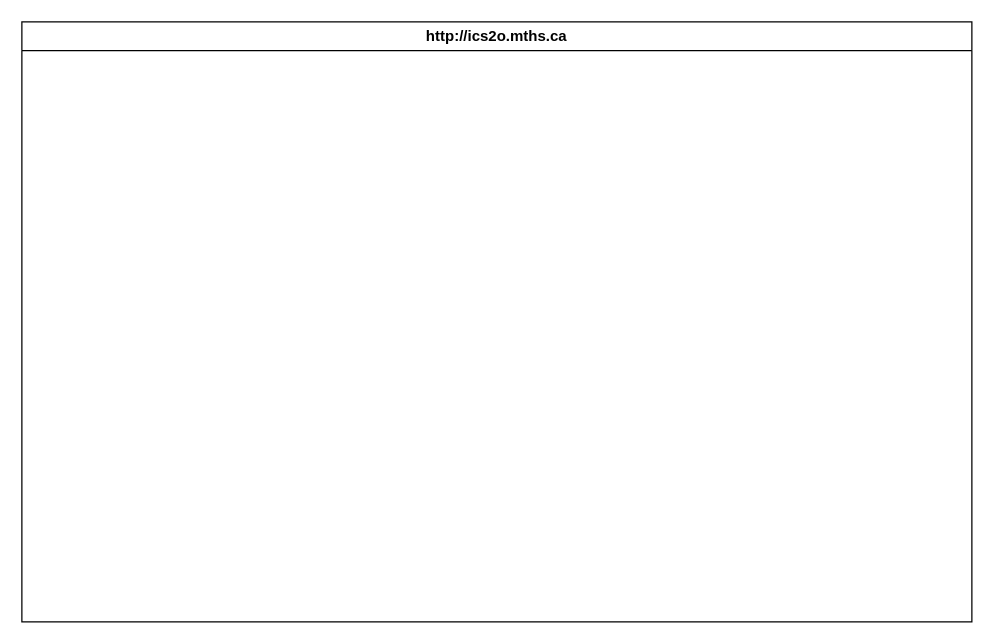
MTHS-ICD2O-1-2024/ICD2O-Final-Project-lynn.lukose keeps this draw.io diagram as design/storyboard.drawio. Above is the earlier version. Source tidied: cells renumbered, new cells numbered last; positions are measured from the earlier drawing's top-left corner, leaving out a move shared by most shapes. Both pictures are drawn from the tidied source at 125%, with x=0, y=0 at pixel (21, 21).
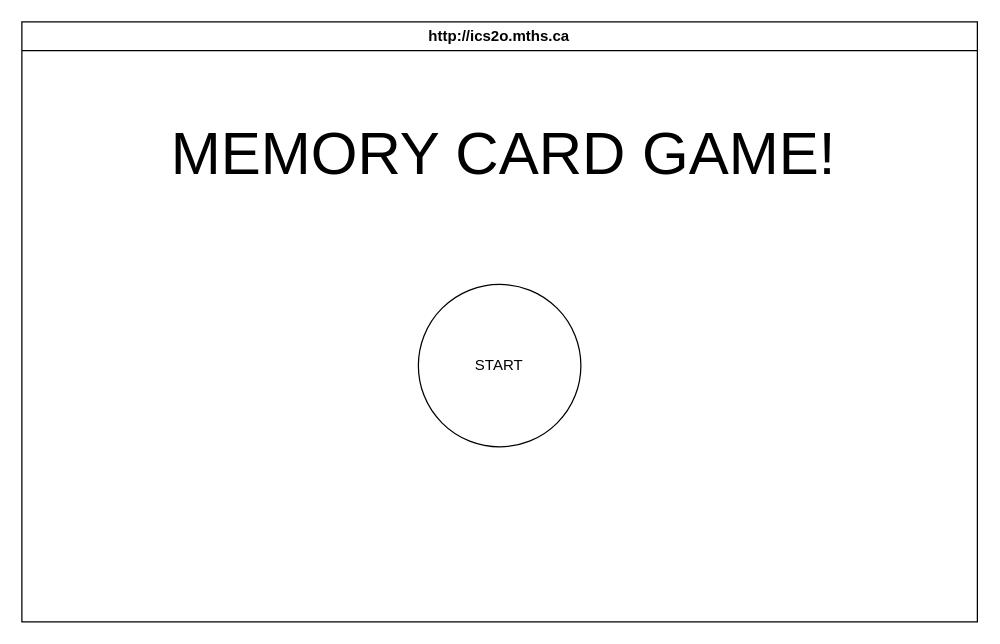
After the change.

What changed in the source:
```diff
@@
 <mxGraphModel>
   <root>
     <mxCell id="0" />
     <mxCell id="1" parent="0" />
     <mxCell id="2" value="http://ics2o.mths.ca" style="swimlane;whiteSpace=wrap;html=1;" parent="1" vertex="1">
-      <mxGeometry width="760" height="480" as="geometry" />
+      <mxGeometry width="764.4" height="480" as="geometry" />
     </mxCell>
+    <mxCell id="3" value="&lt;font style=&quot;font-size: 48px;&quot;&gt;MEMORY CARD GAME!&lt;/font&gt;" style="text;html=1;align=center;verticalAlign=middle;strokeColor=none;fillColor=none;" parent="2" vertex="1">
+      <mxGeometry x="110" y="70" width="550" height="70" as="geometry" />
+    </mxCell>
+    <mxCell id="4" value="START" style="ellipse;whiteSpace=wrap;html=1;" parent="2" vertex="1">
+      <mxGeometry x="317.2" y="210" width="130" height="130" as="geometry" />
+    </mxCell>
   </root>
 </mxGraphModel>
```
